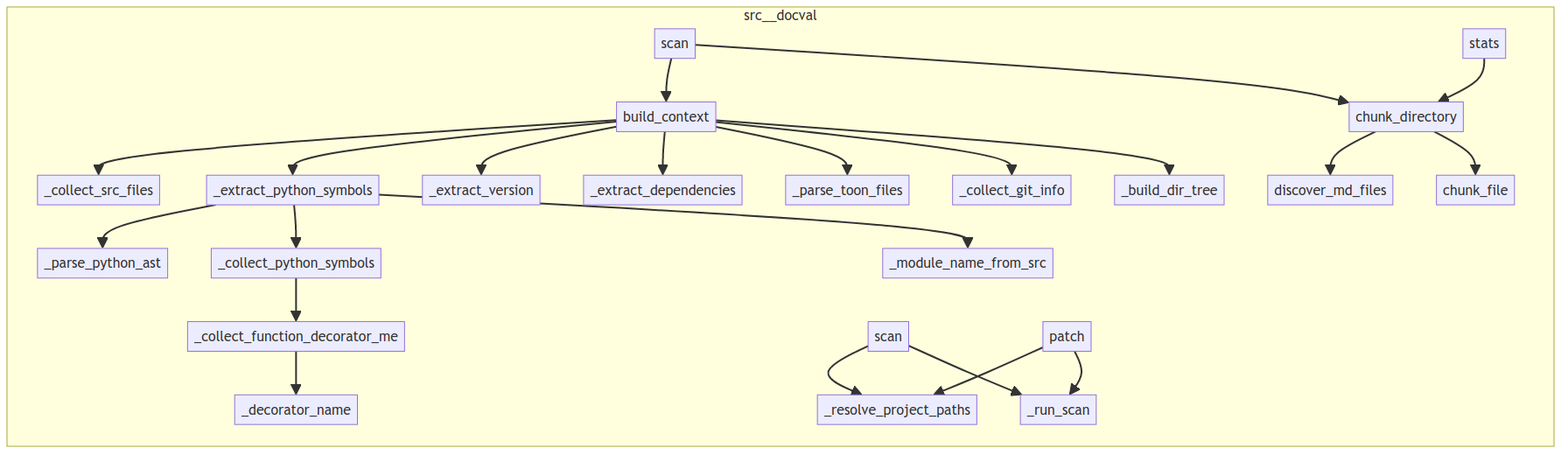
semcod/docval keeps this Mermaid diagram as project/calls.png. Above is the earlier version. Its source is kept beside it as project/calls.mmd.
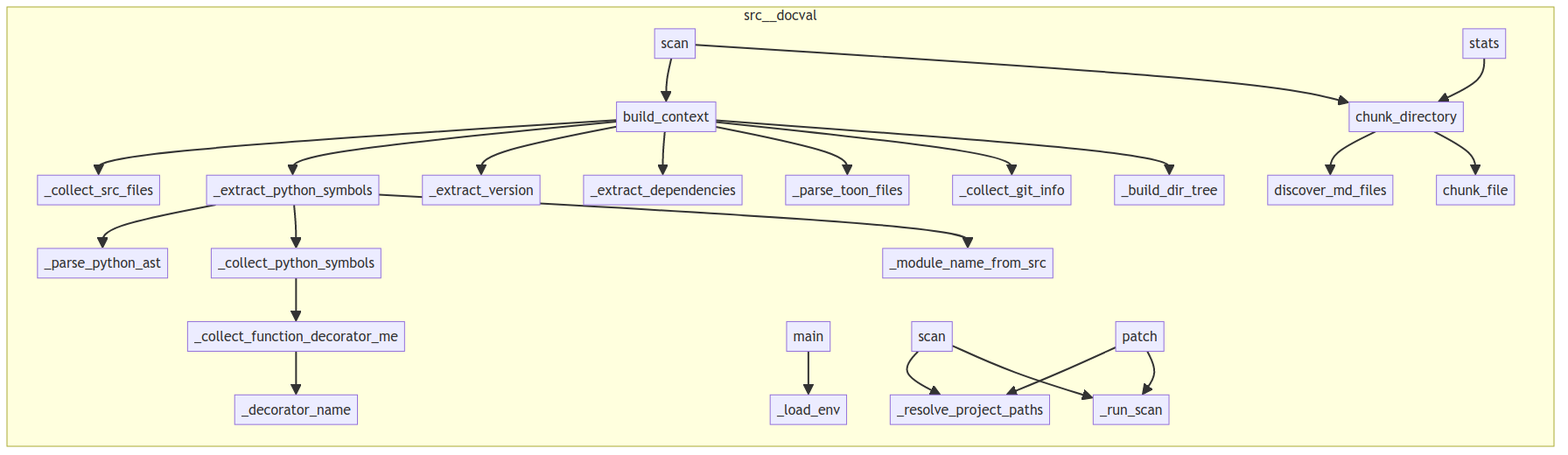
Later version of the same file.

Change to the diagram source:
```diff
@@ -1,27 +1,29 @@
 flowchart LR
     subgraph src__docval
+        src__docval__context__build_context["build_context"]
+        src__docval__chunker__chunk_file["chunk_file"]
+        src__docval__context___parse_python_ast["_parse_python_ast"]
+        src__docval__cli___load_env["_load_env"]
+        src__docval__context___collect_git_info["_collect_git_info"]
+        src__docval__context___parse_toon_files["_parse_toon_files"]
+        src__docval__context___extract_dependencies["_extract_dependencies"]
+        src__docval__context___collect_src_files["_collect_src_files"]
+        src__docval__context___collect_python_symbols["_collect_python_symbols"]
+        src__docval__cli___run_scan["_run_scan"]
+        src__docval__cli__scan["scan"]
+        src__docval__context___extract_version["_extract_version"]
         src__docval__chunker__discover_md_files["discover_md_files"]
+        src__docval__pipeline__scan["scan"]
         src__docval__context___decorator_name["_decorator_name"]
+        src__docval__cli__stats["stats"]
+        src__docval__context___collect_function_decorator_metadata["_collect_function_decorator_me"]
+        src__docval__context___build_dir_tree["_build_dir_tree"]
+        src__docval__context___module_name_from_src["_module_name_from_src"]
+        src__docval__chunker__chunk_directory["chunk_directory"]
+        src__docval__cli__patch["patch"]
         src__docval__context___extract_python_symbols["_extract_python_symbols"]
-        src__docval__context___module_name_from_src["_module_name_from_src"]
-        src__docval__cli__patch["patch"]
-        src__docval__chunker__chunk_directory["chunk_directory"]
-        src__docval__context___extract_dependencies["_extract_dependencies"]
-        src__docval__context___collect_git_info["_collect_git_info"]
+        src__docval__cli__main["main"]
         src__docval__cli___resolve_project_paths["_resolve_project_paths"]
-        src__docval__pipeline__scan["scan"]
-        src__docval__cli___run_scan["_run_scan"]
-        src__docval__context___extract_version["_extract_version"]
-        src__docval__cli__stats["stats"]
-        src__docval__context___parse_python_ast["_parse_python_ast"]
-        src__docval__context___build_dir_tree["_build_dir_tree"]
-        src__docval__context__build_context["build_context"]
-        src__docval__context___collect_src_files["_collect_src_files"]
-        src__docval__context___parse_toon_files["_parse_toon_files"]
-        src__docval__chunker__chunk_file["chunk_file"]
-        src__docval__context___collect_python_symbols["_collect_python_symbols"]
-        src__docval__cli__scan["scan"]
-        src__docval__context___collect_function_decorator_metadata["_collect_function_decorator_me"]
     end
     src__docval__chunker__chunk_directory --> src__docval__chunker__discover_md_files
     src__docval__chunker__chunk_directory --> src__docval__chunker__chunk_file
@@ -39,6 +41,7 @@
     src__docval__context___extract_python_symbols --> src__docval__context___module_name_from_src
     src__docval__context___collect_python_symbols --> src__docval__context___collect_function_decorator_metadata
     src__docval__context___collect_function_decorator_metadata --> src__docval__context___decorator_name
+    src__docval__cli__main --> src__docval__cli___load_env
     src__docval__cli__scan --> src__docval__cli___resolve_project_paths
     src__docval__cli__scan --> src__docval__cli___run_scan
     src__docval__cli__patch --> src__docval__cli___resolve_project_paths
```
